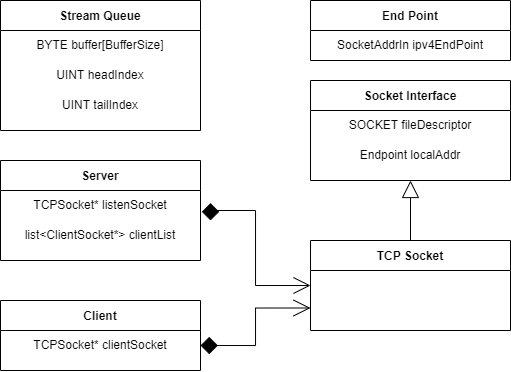
Above: img/Diagram.png in CrustPizza/ServerStudy (draw.io), before the change. Source tidied: cells renumbered, new cells last; positions are measured from the earlier drawing's top-left corner, leaving out a move shared by most shapes. Its diagram source:
```xml
<mxGraphModel background="#ffffff">
  <root>
    <mxCell id="0" />
    <mxCell id="1" parent="0" />
    <mxCell id="2" value="Stream Queue" style="swimlane;startSize=30;" parent="1" vertex="1">
      <mxGeometry width="200" height="130" as="geometry" />
    </mxCell>
    <mxCell id="3" value="BYTE buffer[BufferSize]" style="text;html=1;strokeColor=none;fillColor=none;align=center;verticalAlign=middle;whiteSpace=wrap;rounded=0;" parent="2" vertex="1">
      <mxGeometry y="30" width="200" height="30" as="geometry" />
    </mxCell>
    <mxCell id="4" value="UINT headIndex" style="text;html=1;strokeColor=none;fillColor=none;align=center;verticalAlign=middle;whiteSpace=wrap;rounded=0;" parent="2" vertex="1">
      <mxGeometry y="60" width="200" height="30" as="geometry" />
    </mxCell>
    <mxCell id="5" value="UINT tailIndex" style="text;html=1;strokeColor=none;fillColor=none;align=center;verticalAlign=middle;whiteSpace=wrap;rounded=0;" parent="2" vertex="1">
      <mxGeometry y="90" width="200" height="30" as="geometry" />
    </mxCell>
    <mxCell id="6" style="edgeStyle=orthogonalEdgeStyle;rounded=0;jettySize=auto;html=1;entryX=0;entryY=0.5;entryDx=0;entryDy=0;startArrow=diamond;startFill=1;endArrow=open;endFill=0;startSize=15;endSize=15;targetPerimeterSpacing=0;strokeWidth=1;" parent="1" edge="1" target="11">
      <mxGeometry relative="1" as="geometry">
        <mxPoint x="210" y="220" as="sourcePoint" />
        <Array as="points">
          <mxPoint x="210" y="210" />
          <mxPoint x="255" y="210" />
          <mxPoint x="255" y="285" />
        </Array>
      </mxGeometry>
    </mxCell>
    <mxCell id="7" value="Server" style="swimlane;startSize=30;" parent="1" vertex="1">
      <mxGeometry y="160" width="200" height="100" as="geometry" />
    </mxCell>
    <mxCell id="8" value="TCPSocket* listenSocket" style="text;html=1;strokeColor=none;fillColor=none;align=center;verticalAlign=middle;whiteSpace=wrap;rounded=0;" parent="7" vertex="1">
      <mxGeometry y="30" width="200" height="30" as="geometry" />
    </mxCell>
    <mxCell id="9" value="list&amp;lt;ClientSocket*&amp;gt; clientList" style="text;html=1;strokeColor=none;fillColor=none;align=center;verticalAlign=middle;whiteSpace=wrap;rounded=0;" parent="7" vertex="1">
      <mxGeometry y="60" width="200" height="30" as="geometry" />
    </mxCell>
    <mxCell id="10" style="edgeStyle=orthogonalEdgeStyle;rounded=0;jettySize=auto;html=1;exitX=0.5;exitY=0;exitDx=0;exitDy=0;entryX=0.5;entryY=1;entryDx=0;entryDy=0;strokeWidth=1;startArrow=none;startFill=0;endArrow=block;endFill=0;targetPerimeterSpacing=0;endSize=15;" parent="1" edge="1" source="11" target="12">
      <mxGeometry relative="1" as="geometry" />
    </mxCell>
    <mxCell id="11" value="TCP Socket" style="swimlane;startSize=30;" parent="1" vertex="1">
      <mxGeometry x="310" y="240" width="200" height="90" as="geometry" />
    </mxCell>
    <mxCell id="12" value="Socket Interface" style="swimlane;startSize=30;" parent="1" vertex="1">
      <mxGeometry x="310" y="80" width="200" height="100" as="geometry" />
    </mxCell>
    <mxCell id="13" value="SOCKET fileDescriptor" style="text;html=1;strokeColor=none;fillColor=none;align=center;verticalAlign=middle;whiteSpace=wrap;rounded=0;" parent="12" vertex="1">
      <mxGeometry y="30" width="200" height="30" as="geometry" />
    </mxCell>
    <mxCell id="14" value="Endpoint localAddr" style="text;html=1;strokeColor=none;fillColor=none;align=center;verticalAlign=middle;whiteSpace=wrap;rounded=0;" parent="12" vertex="1">
      <mxGeometry y="60" width="200" height="30" as="geometry" />
    </mxCell>
    <mxCell id="15" value="End Point" style="swimlane;startSize=30;" parent="1" vertex="1">
      <mxGeometry x="310" width="200" height="60" as="geometry" />
    </mxCell>
    <mxCell id="16" value="SocketAddrIn ipv4EndPoint" style="text;html=1;strokeColor=none;fillColor=none;align=center;verticalAlign=middle;whiteSpace=wrap;rounded=0;" parent="15" vertex="1">
      <mxGeometry y="30" width="200" height="30" as="geometry" />
    </mxCell>
    <mxCell id="17" style="edgeStyle=orthogonalEdgeStyle;rounded=0;jettySize=auto;html=1;exitX=1;exitY=0.5;exitDx=0;exitDy=0;entryX=0;entryY=0.75;entryDx=0;entryDy=0;startArrow=diamond;startFill=1;endArrow=open;endFill=0;startSize=15;endSize=15;targetPerimeterSpacing=0;strokeWidth=1;" parent="1" edge="1" source="19" target="11">
      <mxGeometry relative="1" as="geometry" />
    </mxCell>
    <mxCell id="18" value="Client" style="swimlane;startSize=30;" parent="1" vertex="1">
      <mxGeometry y="300" width="200" height="70" as="geometry" />
    </mxCell>
    <mxCell id="19" value="TCPSocket* clientSocket" style="text;html=1;strokeColor=none;fillColor=none;align=center;verticalAlign=middle;whiteSpace=wrap;rounded=0;" parent="1" vertex="1">
      <mxGeometry y="330" width="200" height="30" as="geometry" />
    </mxCell>
  </root>
</mxGraphModel>
```
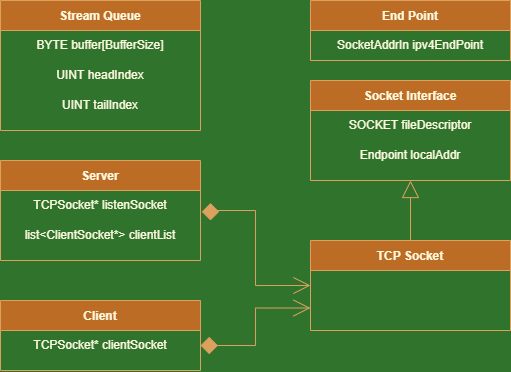
After the commit.

Commit message:
Diagram 재수정

Change to the diagram source:
```diff
@@ -1,20 +1,20 @@
-<mxGraphModel background="#ffffff">
+<mxGraphModel background="#2F732D">
   <root>
     <mxCell id="0" />
     <mxCell id="1" parent="0" />
-    <mxCell id="2" value="Stream Queue" style="swimlane;startSize=30;" parent="1" vertex="1">
+    <mxCell id="2" value="Stream Queue" style="swimlane;startSize=30;fillColor=#BC6C25;strokeColor=#DDA15E;fontColor=#FEFAE0;" parent="1" vertex="1">
       <mxGeometry width="200" height="130" as="geometry" />
     </mxCell>
-    <mxCell id="3" value="BYTE buffer[BufferSize]" style="text;html=1;strokeColor=none;fillColor=none;align=center;verticalAlign=middle;whiteSpace=wrap;rounded=0;" parent="2" vertex="1">
+    <mxCell id="3" value="BYTE buffer[BufferSize]" style="text;html=1;strokeColor=none;fillColor=none;align=center;verticalAlign=middle;whiteSpace=wrap;rounded=0;fontColor=#FEFAE0;" parent="2" vertex="1">
       <mxGeometry y="30" width="200" height="30" as="geometry" />
     </mxCell>
-    <mxCell id="4" value="UINT headIndex" style="text;html=1;strokeColor=none;fillColor=none;align=center;verticalAlign=middle;whiteSpace=wrap;rounded=0;" parent="2" vertex="1">
+    <mxCell id="4" value="UINT headIndex" style="text;html=1;strokeColor=none;fillColor=none;align=center;verticalAlign=middle;whiteSpace=wrap;rounded=0;fontColor=#FEFAE0;" parent="2" vertex="1">
       <mxGeometry y="60" width="200" height="30" as="geometry" />
     </mxCell>
-    <mxCell id="5" value="UINT tailIndex" style="text;html=1;strokeColor=none;fillColor=none;align=center;verticalAlign=middle;whiteSpace=wrap;rounded=0;" parent="2" vertex="1">
+    <mxCell id="5" value="UINT tailIndex" style="text;html=1;strokeColor=none;fillColor=none;align=center;verticalAlign=middle;whiteSpace=wrap;rounded=0;fontColor=#FEFAE0;" parent="2" vertex="1">
       <mxGeometry y="90" width="200" height="30" as="geometry" />
     </mxCell>
-    <mxCell id="6" style="edgeStyle=orthogonalEdgeStyle;rounded=0;jettySize=auto;html=1;entryX=0;entryY=0.5;entryDx=0;entryDy=0;startArrow=diamond;startFill=1;endArrow=open;endFill=0;startSize=15;endSize=15;targetPerimeterSpacing=0;strokeWidth=1;" parent="1" edge="1" target="11">
+    <mxCell id="6" style="edgeStyle=orthogonalEdgeStyle;rounded=0;jettySize=auto;html=1;entryX=0;entryY=0.5;entryDx=0;entryDy=0;startArrow=diamond;startFill=1;endArrow=open;endFill=0;startSize=15;endSize=15;targetPerimeterSpacing=0;strokeWidth=1;labelBackgroundColor=#283618;strokeColor=#DDA15E;fontColor=#FEFAE0;" parent="1" edge="1" target="11">
       <mxGeometry relative="1" as="geometry">
         <mxPoint x="210" y="220" as="sourcePoint" />
         <Array as="points">
@@ -24,43 +24,43 @@
         </Array>
       </mxGeometry>
     </mxCell>
-    <mxCell id="7" value="Server" style="swimlane;startSize=30;" parent="1" vertex="1">
+    <mxCell id="7" value="Server" style="swimlane;startSize=30;fillColor=#BC6C25;strokeColor=#DDA15E;fontColor=#FEFAE0;" parent="1" vertex="1">
       <mxGeometry y="160" width="200" height="100" as="geometry" />
     </mxCell>
-    <mxCell id="8" value="TCPSocket* listenSocket" style="text;html=1;strokeColor=none;fillColor=none;align=center;verticalAlign=middle;whiteSpace=wrap;rounded=0;" parent="7" vertex="1">
+    <mxCell id="8" value="TCPSocket* listenSocket" style="text;html=1;strokeColor=none;fillColor=none;align=center;verticalAlign=middle;whiteSpace=wrap;rounded=0;fontColor=#FEFAE0;" parent="7" vertex="1">
       <mxGeometry y="30" width="200" height="30" as="geometry" />
     </mxCell>
-    <mxCell id="9" value="list&amp;lt;ClientSocket*&amp;gt; clientList" style="text;html=1;strokeColor=none;fillColor=none;align=center;verticalAlign=middle;whiteSpace=wrap;rounded=0;" parent="7" vertex="1">
+    <mxCell id="9" value="list&amp;lt;ClientSocket*&amp;gt; clientList" style="text;html=1;strokeColor=none;fillColor=none;align=center;verticalAlign=middle;whiteSpace=wrap;rounded=0;fontColor=#FEFAE0;" parent="7" vertex="1">
       <mxGeometry y="60" width="200" height="30" as="geometry" />
     </mxCell>
-    <mxCell id="10" style="edgeStyle=orthogonalEdgeStyle;rounded=0;jettySize=auto;html=1;exitX=0.5;exitY=0;exitDx=0;exitDy=0;entryX=0.5;entryY=1;entryDx=0;entryDy=0;strokeWidth=1;startArrow=none;startFill=0;endArrow=block;endFill=0;targetPerimeterSpacing=0;endSize=15;" parent="1" edge="1" source="11" target="12">
+    <mxCell id="10" style="edgeStyle=orthogonalEdgeStyle;rounded=0;jettySize=auto;html=1;exitX=0.5;exitY=0;exitDx=0;exitDy=0;entryX=0.5;entryY=1;entryDx=0;entryDy=0;strokeWidth=1;startArrow=none;startFill=0;endArrow=block;endFill=0;targetPerimeterSpacing=0;endSize=15;labelBackgroundColor=#283618;strokeColor=#DDA15E;fontColor=#FEFAE0;" parent="1" edge="1" source="11" target="12">
       <mxGeometry relative="1" as="geometry" />
     </mxCell>
-    <mxCell id="11" value="TCP Socket" style="swimlane;startSize=30;" parent="1" vertex="1">
+    <mxCell id="11" value="TCP Socket" style="swimlane;startSize=30;fillColor=#BC6C25;strokeColor=#DDA15E;fontColor=#FEFAE0;" parent="1" vertex="1">
       <mxGeometry x="310" y="240" width="200" height="90" as="geometry" />
     </mxCell>
-    <mxCell id="12" value="Socket Interface" style="swimlane;startSize=30;" parent="1" vertex="1">
+    <mxCell id="12" value="Socket Interface" style="swimlane;startSize=30;fillColor=#BC6C25;strokeColor=#DDA15E;fontColor=#FEFAE0;" parent="1" vertex="1">
       <mxGeometry x="310" y="80" width="200" height="100" as="geometry" />
     </mxCell>
-    <mxCell id="13" value="SOCKET fileDescriptor" style="text;html=1;strokeColor=none;fillColor=none;align=center;verticalAlign=middle;whiteSpace=wrap;rounded=0;" parent="12" vertex="1">
+    <mxCell id="13" value="SOCKET fileDescriptor" style="text;html=1;strokeColor=none;fillColor=none;align=center;verticalAlign=middle;whiteSpace=wrap;rounded=0;fontColor=#FEFAE0;" parent="12" vertex="1">
       <mxGeometry y="30" width="200" height="30" as="geometry" />
     </mxCell>
-    <mxCell id="14" value="Endpoint localAddr" style="text;html=1;strokeColor=none;fillColor=none;align=center;verticalAlign=middle;whiteSpace=wrap;rounded=0;" parent="12" vertex="1">
+    <mxCell id="14" value="Endpoint localAddr" style="text;html=1;strokeColor=none;fillColor=none;align=center;verticalAlign=middle;whiteSpace=wrap;rounded=0;fontColor=#FEFAE0;" parent="12" vertex="1">
       <mxGeometry y="60" width="200" height="30" as="geometry" />
     </mxCell>
-    <mxCell id="15" value="End Point" style="swimlane;startSize=30;" parent="1" vertex="1">
+    <mxCell id="15" value="End Point" style="swimlane;startSize=30;fillColor=#BC6C25;strokeColor=#DDA15E;fontColor=#FEFAE0;" parent="1" vertex="1">
       <mxGeometry x="310" width="200" height="60" as="geometry" />
     </mxCell>
-    <mxCell id="16" value="SocketAddrIn ipv4EndPoint" style="text;html=1;strokeColor=none;fillColor=none;align=center;verticalAlign=middle;whiteSpace=wrap;rounded=0;" parent="15" vertex="1">
+    <mxCell id="16" value="SocketAddrIn ipv4EndPoint" style="text;html=1;strokeColor=none;fillColor=none;align=center;verticalAlign=middle;whiteSpace=wrap;rounded=0;fontColor=#FEFAE0;" parent="15" vertex="1">
       <mxGeometry y="30" width="200" height="30" as="geometry" />
     </mxCell>
-    <mxCell id="17" style="edgeStyle=orthogonalEdgeStyle;rounded=0;jettySize=auto;html=1;exitX=1;exitY=0.5;exitDx=0;exitDy=0;entryX=0;entryY=0.75;entryDx=0;entryDy=0;startArrow=diamond;startFill=1;endArrow=open;endFill=0;startSize=15;endSize=15;targetPerimeterSpacing=0;strokeWidth=1;" parent="1" edge="1" source="19" target="11">
+    <mxCell id="17" style="edgeStyle=orthogonalEdgeStyle;rounded=0;jettySize=auto;html=1;exitX=1;exitY=0.5;exitDx=0;exitDy=0;entryX=0;entryY=0.75;entryDx=0;entryDy=0;startArrow=diamond;startFill=1;endArrow=open;endFill=0;startSize=15;endSize=15;targetPerimeterSpacing=0;strokeWidth=1;labelBackgroundColor=#283618;strokeColor=#DDA15E;fontColor=#FEFAE0;" parent="1" edge="1" source="19" target="11">
       <mxGeometry relative="1" as="geometry" />
     </mxCell>
-    <mxCell id="18" value="Client" style="swimlane;startSize=30;" parent="1" vertex="1">
+    <mxCell id="18" value="Client" style="swimlane;startSize=30;fillColor=#BC6C25;strokeColor=#DDA15E;fontColor=#FEFAE0;" parent="1" vertex="1">
       <mxGeometry y="300" width="200" height="70" as="geometry" />
     </mxCell>
-    <mxCell id="19" value="TCPSocket* clientSocket" style="text;html=1;strokeColor=none;fillColor=none;align=center;verticalAlign=middle;whiteSpace=wrap;rounded=0;" parent="1" vertex="1">
+    <mxCell id="19" value="TCPSocket* clientSocket" style="text;html=1;strokeColor=none;fillColor=none;align=center;verticalAlign=middle;whiteSpace=wrap;rounded=0;fontColor=#FEFAE0;" parent="1" vertex="1">
       <mxGeometry y="330" width="200" height="30" as="geometry" />
     </mxCell>
   </root>
```
